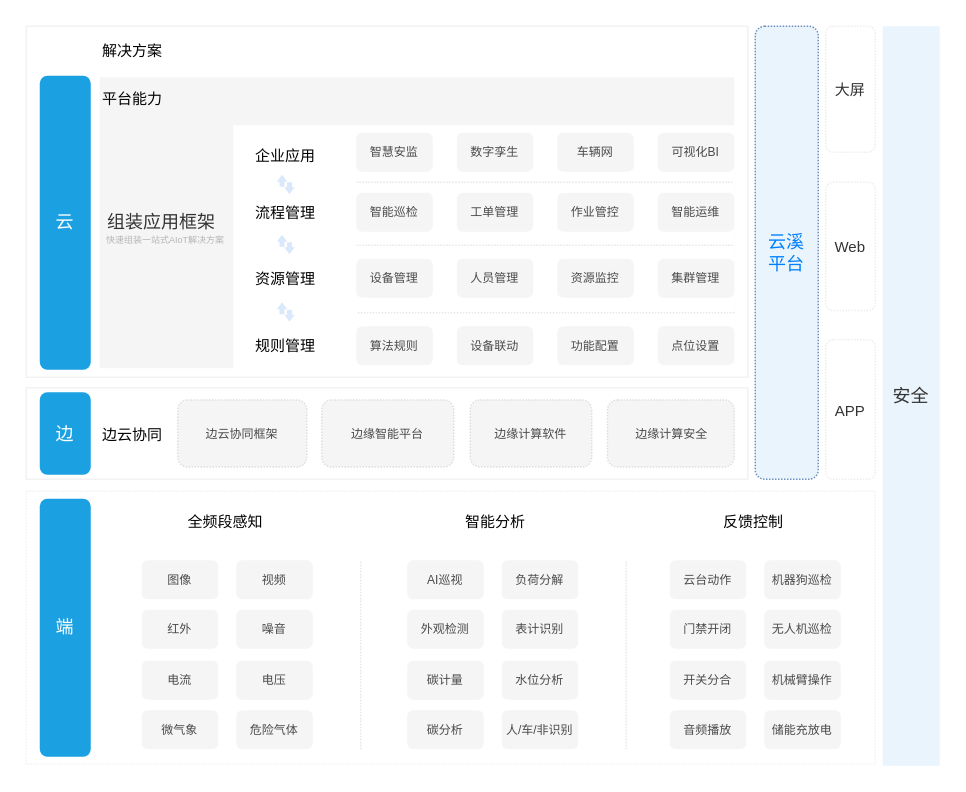
The draw.io diagram src/main/java/IOT.drawio in noarter/flow-chart, before the edit. Source tidied: cells renumbered, new cells numbered last; positions are measured from the earlier drawing's top-left corner, leaving out a move shared by most shapes. Both pictures are drawn from the tidied source at 150%, with x=0, y=0 at pixel (26, 26). Pictures stored in the file or linked from it are replaced by grey dashed boxes.
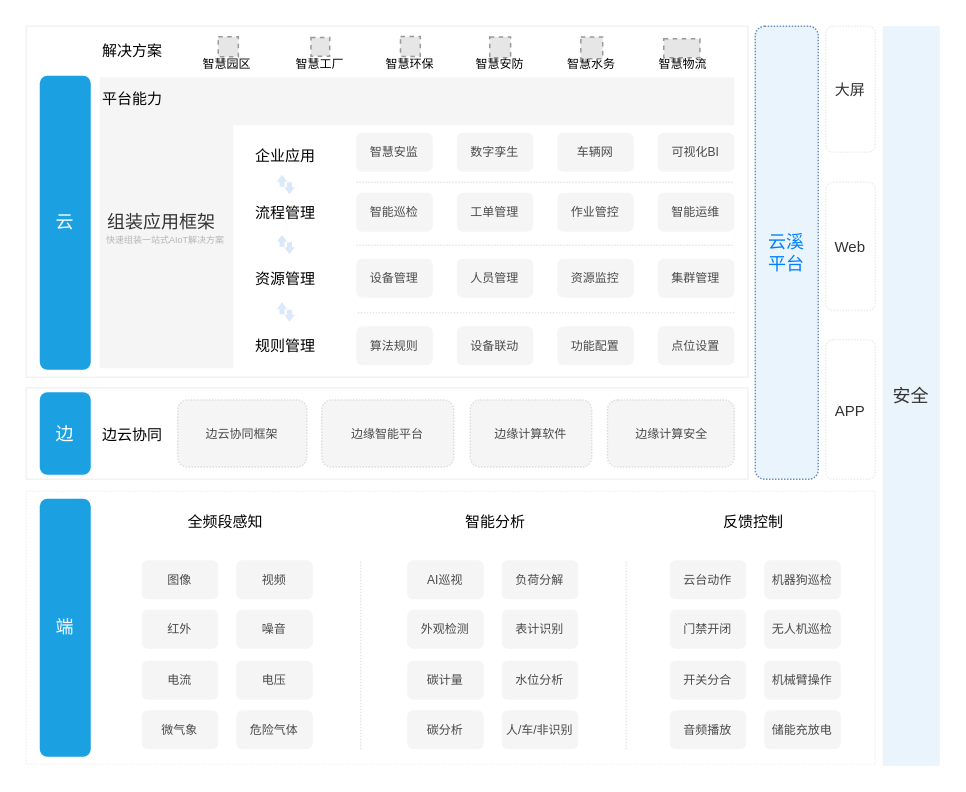
The same diagram, later.

What changed in the source:
```diff
@@
+    <mxCell id="81" style="fillColor=#E6E6E6;strokeColor=#999999;dashed=1;verticalLabelPosition=bottom;labelBackgroundColor=default;verticalAlign=top;" parent="1" vertex="1">
+      <mxGeometry x="128" y="7" width="13.4" height="13.3" as="geometry" />
+    </mxCell>
+    <mxCell id="82" value="&lt;font style=&quot;font-size: 8px;&quot;&gt;智慧园区&lt;/font&gt;" style="text;html=1;align=center;verticalAlign=middle;whiteSpace=wrap;rounded=0;" parent="1" vertex="1">
+      <mxGeometry x="109" y="17" width="50" height="13" as="geometry" />
+    </mxCell>
+    <mxCell id="83" style="fillColor=#E6E6E6;strokeColor=#999999;dashed=1;verticalLabelPosition=bottom;labelBackgroundColor=default;verticalAlign=top;" parent="1" vertex="1">
+      <mxGeometry x="189.8" y="7.5" width="12.5" height="12.5" as="geometry" />
+    </mxCell>
+    <mxCell id="84" value="&lt;font style=&quot;font-size: 8px;&quot;&gt;智慧工厂&lt;/font&gt;" style="text;html=1;align=center;verticalAlign=middle;whiteSpace=wrap;rounded=0;" parent="1" vertex="1">
+      <mxGeometry x="170.9" y="17" width="50" height="13" as="geometry" />
+    </mxCell>
+    <mxCell id="85" style="fillColor=#E6E6E6;strokeColor=#999999;dashed=1;verticalLabelPosition=bottom;labelBackgroundColor=default;verticalAlign=top;" parent="1" vertex="1">
+      <mxGeometry x="249.5" y="6.9" width="13.2" height="13.2" as="geometry" />
+    </mxCell>
+    <mxCell id="86" value="&lt;font style=&quot;font-size: 8px;&quot;&gt;智慧环保&lt;/font&gt;" style="text;html=1;align=center;verticalAlign=middle;whiteSpace=wrap;rounded=0;" parent="1" vertex="1">
+      <mxGeometry x="231" y="17" width="50" height="13" as="geometry" />
+    </mxCell>
+    <mxCell id="87" value="&lt;font style=&quot;font-size: 8px;&quot;&gt;智慧安防&lt;/font&gt;" style="text;html=1;align=center;verticalAlign=middle;whiteSpace=wrap;rounded=0;" parent="1" vertex="1">
+      <mxGeometry x="290.5" y="17" width="50" height="13" as="geometry" />
+    </mxCell>
+    <mxCell id="88" value="&lt;font style=&quot;font-size: 8px;&quot;&gt;智慧水务&lt;/font&gt;" style="text;html=1;align=center;verticalAlign=middle;whiteSpace=wrap;rounded=0;" parent="1" vertex="1">
+      <mxGeometry x="352" y="17" width="50" height="13" as="geometry" />
+    </mxCell>
+    <mxCell id="89" value="&lt;font style=&quot;font-size: 8px;&quot;&gt;智慧物流&lt;/font&gt;" style="text;html=1;align=center;verticalAlign=middle;whiteSpace=wrap;rounded=0;" parent="1" vertex="1">
+      <mxGeometry x="413" y="17" width="50" height="13" as="geometry" />
+    </mxCell>
+    <mxCell id="90" style="fillColor=#E6E6E6;strokeColor=#999999;dashed=1;verticalLabelPosition=bottom;labelBackgroundColor=default;verticalAlign=top;" parent="1" vertex="1">
+      <mxGeometry x="309" y="7.1" width="13.9" height="13.9" as="geometry" />
+    </mxCell>
+    <mxCell id="91" style="fillColor=#E6E6E6;strokeColor=#999999;dashed=1;verticalLabelPosition=bottom;labelBackgroundColor=default;verticalAlign=top;" parent="1" vertex="1">
+      <mxGeometry x="369.7" y="7.1" width="14.6" height="14.6" as="geometry" />
+    </mxCell>
+    <mxCell id="92" style="fillColor=#E6E6E6;strokeColor=#999999;dashed=1;verticalLabelPosition=bottom;labelBackgroundColor=default;verticalAlign=top;" parent="1" vertex="1">
+      <mxGeometry x="425" y="8.4" width="24.1" height="12.6" as="geometry" />
+    </mxCell>
```
